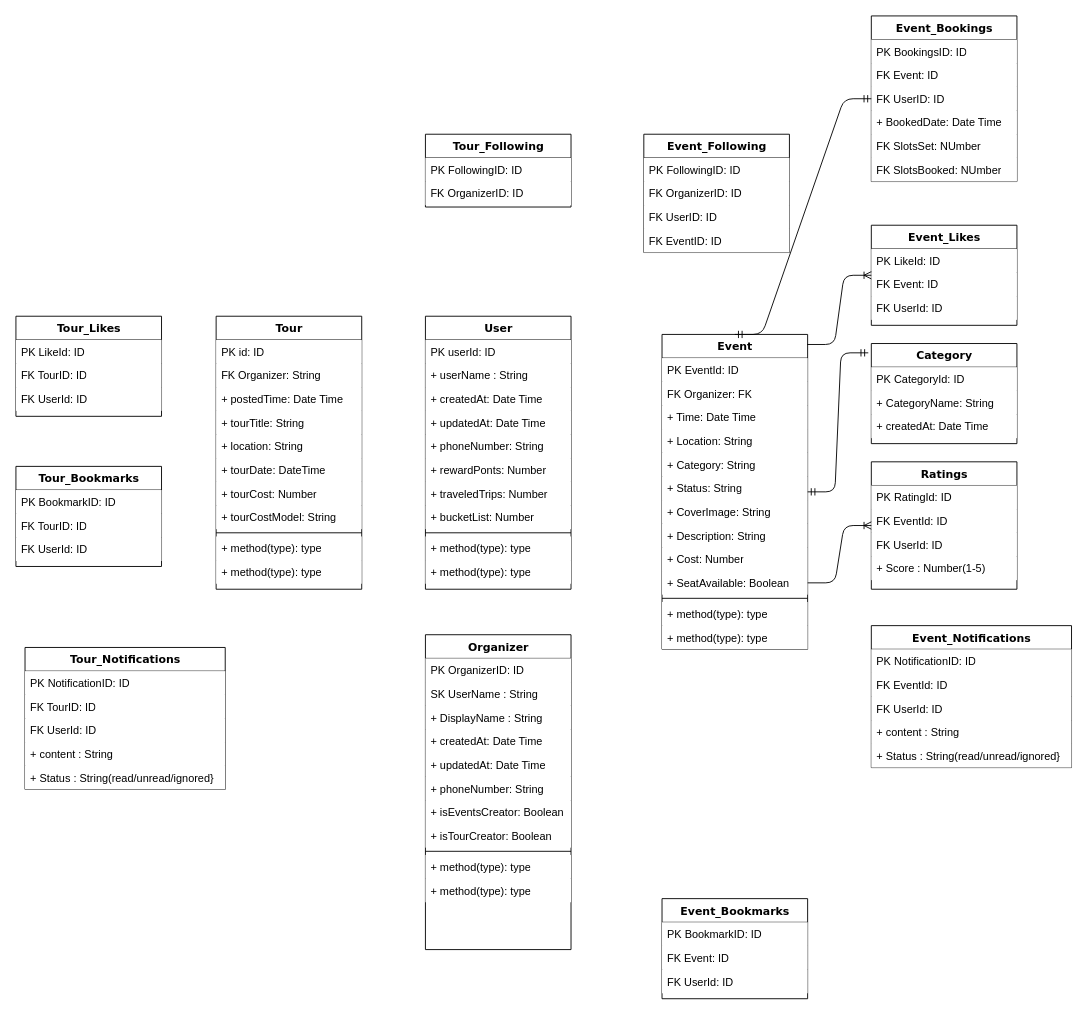
Before: page "Tour Entity" (1 of 2) of design/data model/rium-data-model.drawio in sheltonkertich/node-backend-express, a draw.io diagram. Source tidied: cells renumbered, new cells numbered last; positions are measured from the earlier drawing's top-left corner, leaving out a move shared by most shapes. Both pictures are drawn from the tidied source at 91%, with x=0, y=0 at pixel (15, 15).
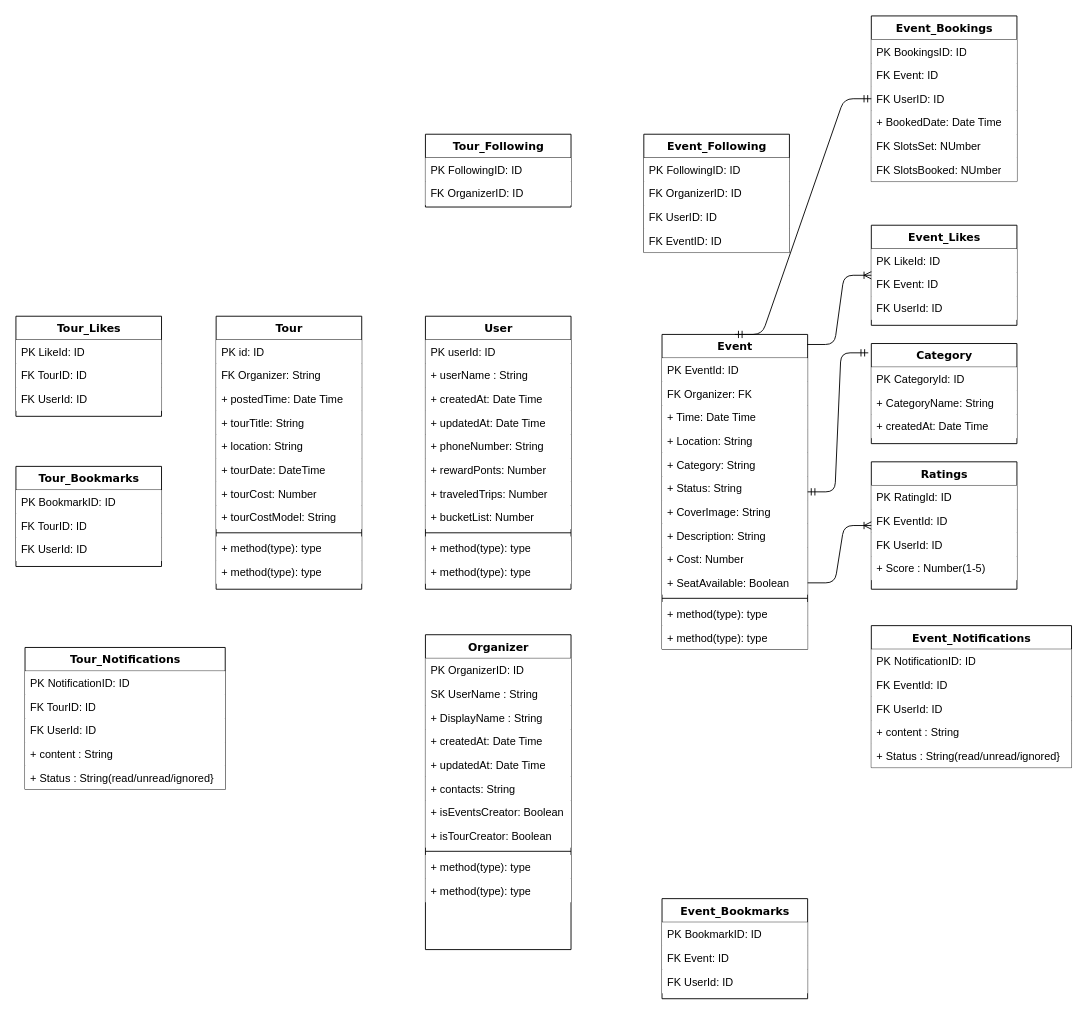
The same diagram, later.

Unchanged cells that the change refers to:
```xml
<mxCell id="92" value="Organizer" style="swimlane;html=1;fontStyle=1;align=center;verticalAlign=top;horizontal=1;startSize=26;swimlaneFillColor=#ffffff;rounded=0;shadow=0;comic=0;labelBackgroundColor=none;strokeWidth=1;fillColor=none;fontFamily=Verdana;fontSize=12;" parent="1" vertex="1">
  <mxGeometry x="450" y="680" width="160" height="346" as="geometry" />
</mxCell>
```

What changed in the source:
```diff
@@
-    <mxCell id="98" value="+ phoneNumber: String" style="text;html=1;strokeColor=none;fillColor=default;align=left;verticalAlign=top;spacingLeft=4;spacingRight=4;whiteSpace=wrap;overflow=hidden;" parent="92" vertex="1">
+    <mxCell id="98" value="+ contacts: String" style="text;html=1;strokeColor=none;fillColor=default;align=left;verticalAlign=top;spacingLeft=4;spacingRight=4;whiteSpace=wrap;overflow=hidden;" parent="92" vertex="1">
       <mxGeometry y="156" width="160" height="26" as="geometry" />
     </mxCell>
```
